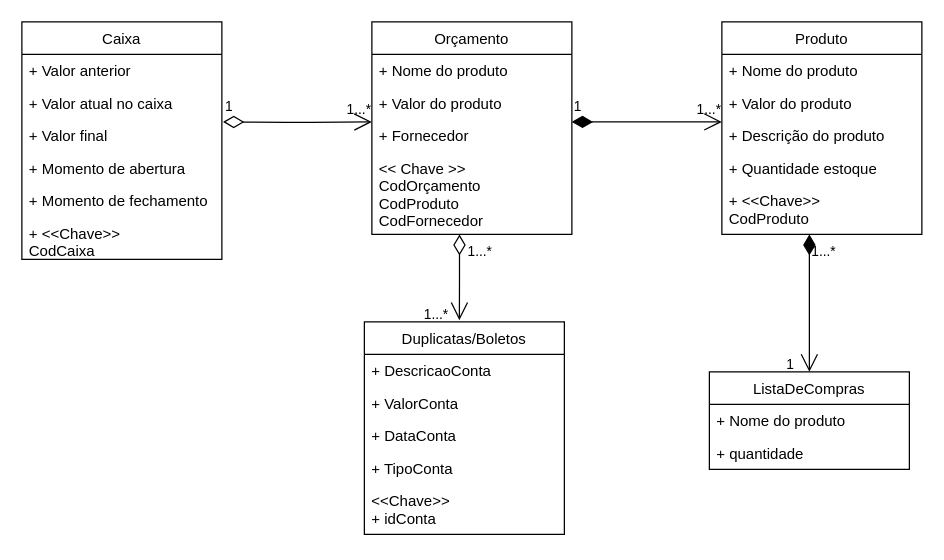
Above: docs/ARTEFATOS(15-23)/COMPRAR_PRODUTOS/MODELO_CONCEITUAL_COMPRAR_PRODUTOS.drawio in Darienzo08/ope_ads (draw.io), before the change. Source tidied: cells renumbered, new cells numbered last; positions are measured from the earlier drawing's top-left corner, leaving out a move shared by most shapes. Both pictures are drawn from the tidied source at 125%, with x=0, y=0 at pixel (21, 21).
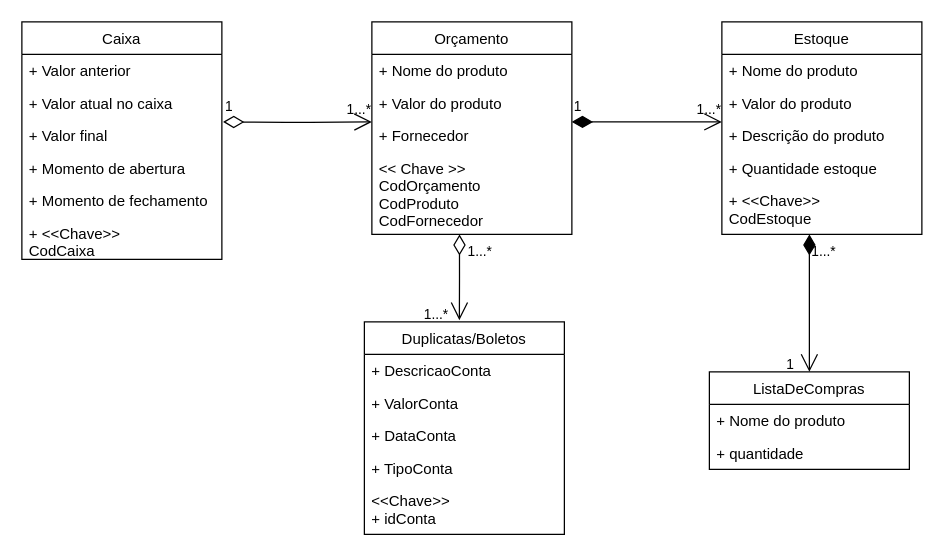
After the change.

Change to the diagram source:
```diff
@@
-    <mxCell id="17" value="Produto" style="swimlane;fontStyle=0;horizontal=1;startSize=26;fillColor=none;" parent="1" vertex="1">
+    <mxCell id="17" value="Estoque" style="swimlane;fontStyle=0;horizontal=1;startSize=26;fillColor=none;" parent="1" vertex="1">
       <mxGeometry x="560" width="160" height="170" as="geometry" />
     </mxCell>
@@
-    <mxCell id="22" value="+ &lt;&lt;Chave&gt;&gt;&#10;CodProduto" style="text;strokeColor=none;fillColor=none;align=left;verticalAlign=top;spacingLeft=4;spacingRight=4;overflow=hidden;points=[[0,0.5],[1,0.5]];portConstraint=eastwest;" parent="17" vertex="1">
+    <mxCell id="22" value="+ &lt;&lt;Chave&gt;&gt;&#10;CodEstoque" style="text;strokeColor=none;fillColor=none;align=left;verticalAlign=top;spacingLeft=4;spacingRight=4;overflow=hidden;points=[[0,0.5],[1,0.5]];portConstraint=eastwest;" parent="17" vertex="1">
       <mxGeometry y="130" width="160" height="40" as="geometry" />
     </mxCell>
```
